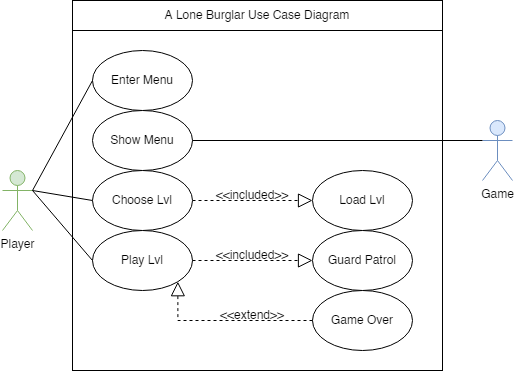
This is use case diagram.png from johannfac/A-Lone-Burglar, a draw.io export, as it was before one commit. Source tidied: cells renumbered, new cells last; positions are measured from the earlier drawing's top-left corner, leaving out a move shared by most shapes.
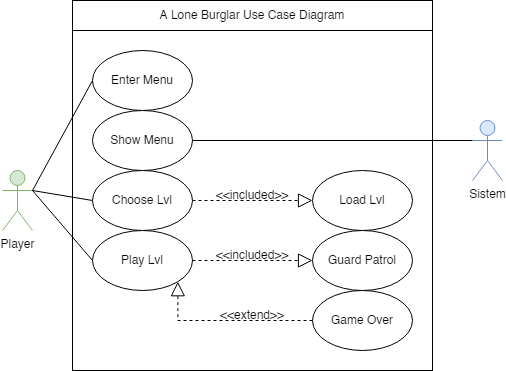
Later version of the same file.

Diff of the diagram source:
```diff
@@ -3,13 +3,13 @@
     <mxCell id="0" />
     <mxCell id="1" parent="0" />
     <mxCell id="2" style="rounded=0;whiteSpace=wrap;html=1;" parent="1" vertex="1">
-      <mxGeometry x="70" y="30" width="370" height="340" as="geometry" />
+      <mxGeometry x="70" y="30" width="360" height="340" as="geometry" />
     </mxCell>
     <mxCell id="3" value="Player" style="shape=umlActor;verticalLabelPosition=bottom;verticalAlign=top;html=1;outlineConnect=0;fillColor=#d5e8d4;strokeColor=#82b366;" parent="1" vertex="1">
       <mxGeometry y="170" width="30" height="60" as="geometry" />
     </mxCell>
-    <mxCell id="4" value="Game" style="shape=umlActor;verticalLabelPosition=bottom;verticalAlign=top;html=1;outlineConnect=0;fillColor=#dae8fc;strokeColor=#6c8ebf;" parent="1" vertex="1">
-      <mxGeometry x="480" y="120" width="30" height="60" as="geometry" />
+    <mxCell id="4" value="Sistem" style="shape=umlActor;verticalLabelPosition=bottom;verticalAlign=top;html=1;outlineConnect=0;fillColor=#dae8fc;strokeColor=#6c8ebf;" parent="1" vertex="1">
+      <mxGeometry x="470" y="120" width="30" height="60" as="geometry" />
     </mxCell>
     <mxCell id="5" value="Load Lvl" style="ellipse;whiteSpace=wrap;html=1;" parent="1" vertex="1">
       <mxGeometry x="310" y="170" width="100" height="60" as="geometry" />
@@ -77,7 +77,7 @@
       <mxGeometry relative="1" as="geometry" />
     </mxCell>
     <mxCell id="22" value="A Lone Burglar Use Case Diagram" style="rounded=0;whiteSpace=wrap;html=1;" parent="1" vertex="1">
-      <mxGeometry x="70" width="370" height="30" as="geometry" />
+      <mxGeometry x="70" width="360" height="30" as="geometry" />
     </mxCell>
   </root>
 </mxGraphModel>
```
